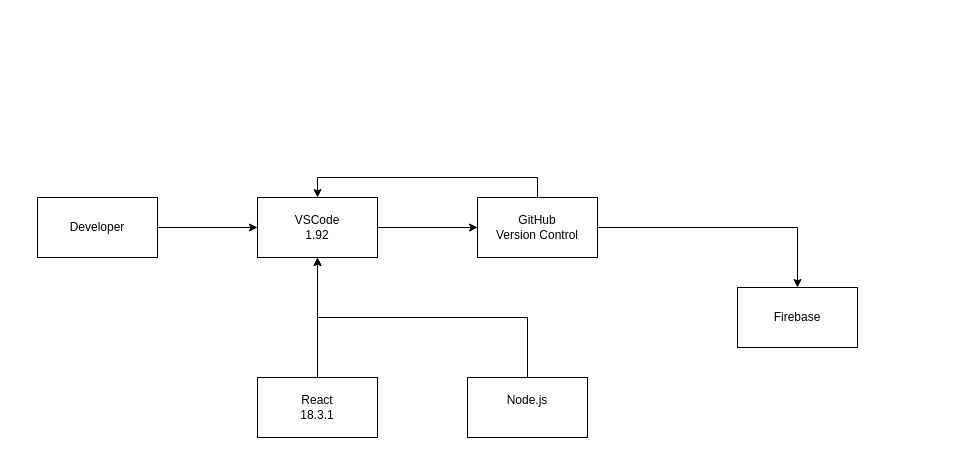
Before: development_environemnt.drawio in rayesalnasra/code-golf, a draw.io diagram. Source tidied: cells renumbered, new cells numbered last; positions are measured from the earlier drawing's top-left corner, leaving out a move shared by most shapes. Both pictures are drawn from the tidied source at 100%, with x=0, y=0 at pixel (37, 197).
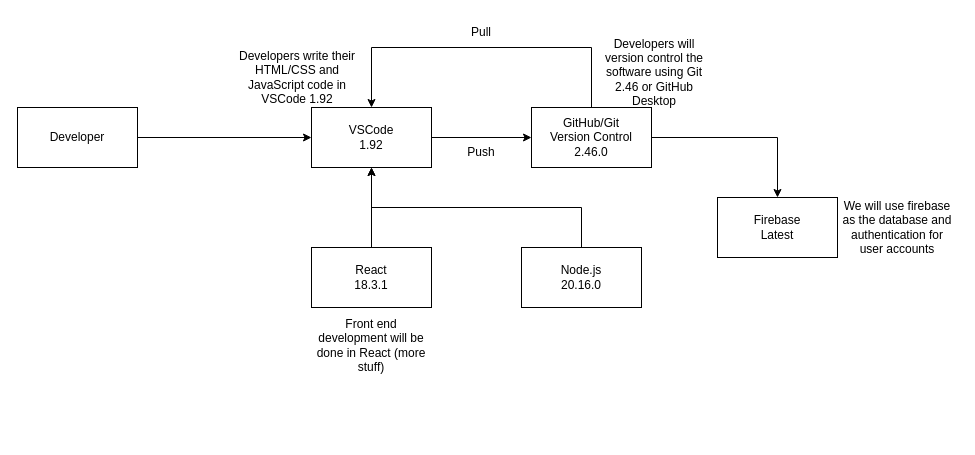
After the change.

The edit, as a diff of the source:
```diff
@@
     <mxCell id="3" value="VSCode&lt;div&gt;1.92&lt;/div&gt;" style="rounded=0;whiteSpace=wrap;html=1;" parent="1" vertex="1">
-      <mxGeometry x="220" width="120" height="60" as="geometry" />
+      <mxGeometry x="274" y="-90" width="120" height="60" as="geometry" />
     </mxCell>
@@
     <mxCell id="5" style="edgeStyle=orthogonalEdgeStyle;rounded=0;jettySize=auto;html=1;entryX=0.5;entryY=0;entryDx=0;entryDy=0;exitX=0.5;exitY=0;exitDx=0;exitDy=0;" parent="1" edge="1" source="6" target="3">
-      <mxGeometry relative="1" as="geometry" />
+      <mxGeometry relative="1" as="geometry">
+        <Array as="points">
+          <mxPoint x="554" y="-150" />
+          <mxPoint x="334" y="-150" />
+        </Array>
+      </mxGeometry>
     </mxCell>
-    <mxCell id="6" value="GitHub&lt;div&gt;Version Control&lt;/div&gt;" style="rounded=0;whiteSpace=wrap;html=1;" parent="1" vertex="1">
-      <mxGeometry x="440" width="120" height="60" as="geometry" />
+    <mxCell id="6" value="GitHub/Git&lt;div&gt;Version Control&lt;/div&gt;&lt;div&gt;2.46.0&lt;/div&gt;" style="rounded=0;whiteSpace=wrap;html=1;" parent="1" vertex="1">
+      <mxGeometry x="494" y="-90" width="120" height="60" as="geometry" />
     </mxCell>
@@
     <mxCell id="8" value="React&lt;div&gt;18.3.1&lt;/div&gt;" style="rounded=0;whiteSpace=wrap;html=1;" parent="1" vertex="1">
-      <mxGeometry x="220" y="180" width="120" height="60" as="geometry" />
+      <mxGeometry x="274" y="50" width="120" height="60" as="geometry" />
     </mxCell>
@@
-    <mxCell id="10" value="Node.js&lt;div&gt;&lt;br&gt;&lt;/div&gt;" style="rounded=0;whiteSpace=wrap;html=1;" parent="1" vertex="1">
-      <mxGeometry x="430" y="180" width="120" height="60" as="geometry" />
+    <mxCell id="10" value="Node.js&lt;div&gt;20.16.0&lt;/div&gt;" style="rounded=0;whiteSpace=wrap;html=1;" parent="1" vertex="1">
+      <mxGeometry x="484" y="50" width="120" height="60" as="geometry" />
     </mxCell>
-    <mxCell id="11" value="Firebase" style="rounded=0;whiteSpace=wrap;html=1;" parent="1" vertex="1">
-      <mxGeometry x="700" y="90" width="120" height="60" as="geometry" />
+    <mxCell id="11" value="Firebase&lt;div&gt;Latest&lt;/div&gt;" style="rounded=0;whiteSpace=wrap;html=1;" parent="1" vertex="1">
+      <mxGeometry x="680" width="120" height="60" as="geometry" />
     </mxCell>
@@
     <mxCell id="13" value="&lt;div&gt;Developer&lt;/div&gt;" style="rounded=0;whiteSpace=wrap;html=1;" parent="1" vertex="1">
-      <mxGeometry width="120" height="60" as="geometry" />
+      <mxGeometry x="-20" y="-90" width="120" height="60" as="geometry" />
     </mxCell>
+    <mxCell id="14" value="Pull" style="text;html=1;align=center;verticalAlign=middle;whiteSpace=wrap;rounded=0;" parent="1" vertex="1">
+      <mxGeometry x="414" y="-180" width="60" height="30" as="geometry" />
+    </mxCell>
+    <mxCell id="15" value="Push" style="text;html=1;align=center;verticalAlign=middle;whiteSpace=wrap;rounded=0;" parent="1" vertex="1">
+      <mxGeometry x="414" y="-60" width="60" height="30" as="geometry" />
+    </mxCell>
+    <mxCell id="16" value="Developers write their HTML/CSS and JavaScript code in VSCode 1.92" style="text;html=1;align=center;verticalAlign=middle;whiteSpace=wrap;rounded=0;" parent="1" vertex="1">
+      <mxGeometry x="200" y="-135" width="120" height="30" as="geometry" />
+    </mxCell>
+    <mxCell id="17" value="Developers will version control the software using Git 2.46 or GitHub Desktop" style="text;html=1;align=center;verticalAlign=middle;whiteSpace=wrap;rounded=0;" parent="1" vertex="1">
+      <mxGeometry x="557" y="-140" width="120" height="30" as="geometry" />
+    </mxCell>
+    <mxCell id="18" value="We will use firebase as the database and authentication for user accounts" style="text;html=1;align=center;verticalAlign=middle;whiteSpace=wrap;rounded=0;" parent="1" vertex="1">
+      <mxGeometry x="800" y="15" width="120" height="30" as="geometry" />
+    </mxCell>
+    <mxCell id="19" value="Front end development will be done in React (more stuff)" style="text;html=1;align=center;verticalAlign=middle;whiteSpace=wrap;rounded=0;" parent="1" vertex="1">
+      <mxGeometry x="274" y="133" width="120" height="30" as="geometry" />
+    </mxCell>
```
